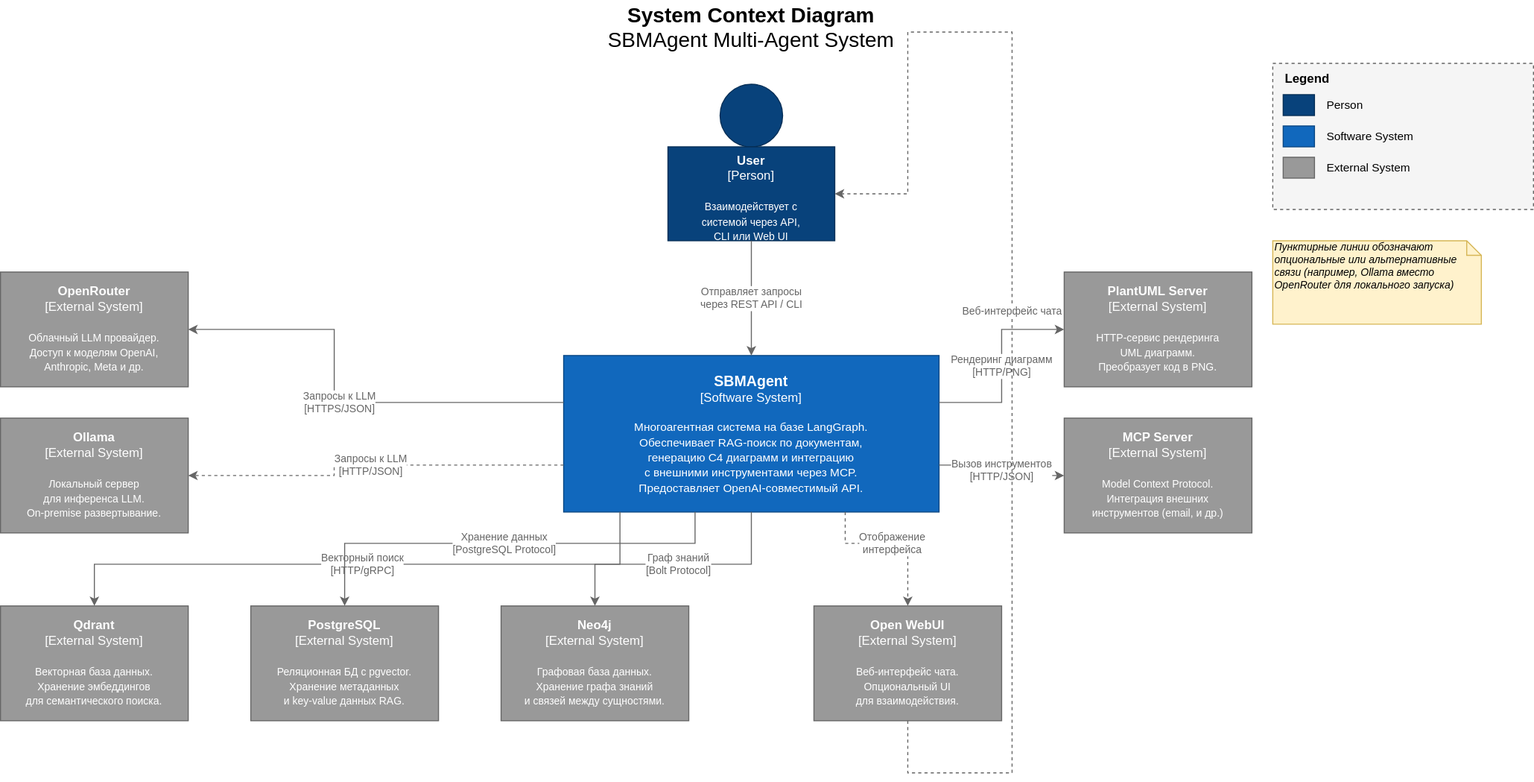
This is C4ProjectContextDiagram.drawio.svg from pavel-collab/Agentic-system-images, a draw.io export, as it was before one commit. Source tidied: cells renumbered, new cells last; positions are measured from the earlier drawing's top-left corner, leaving out a move shared by most shapes.
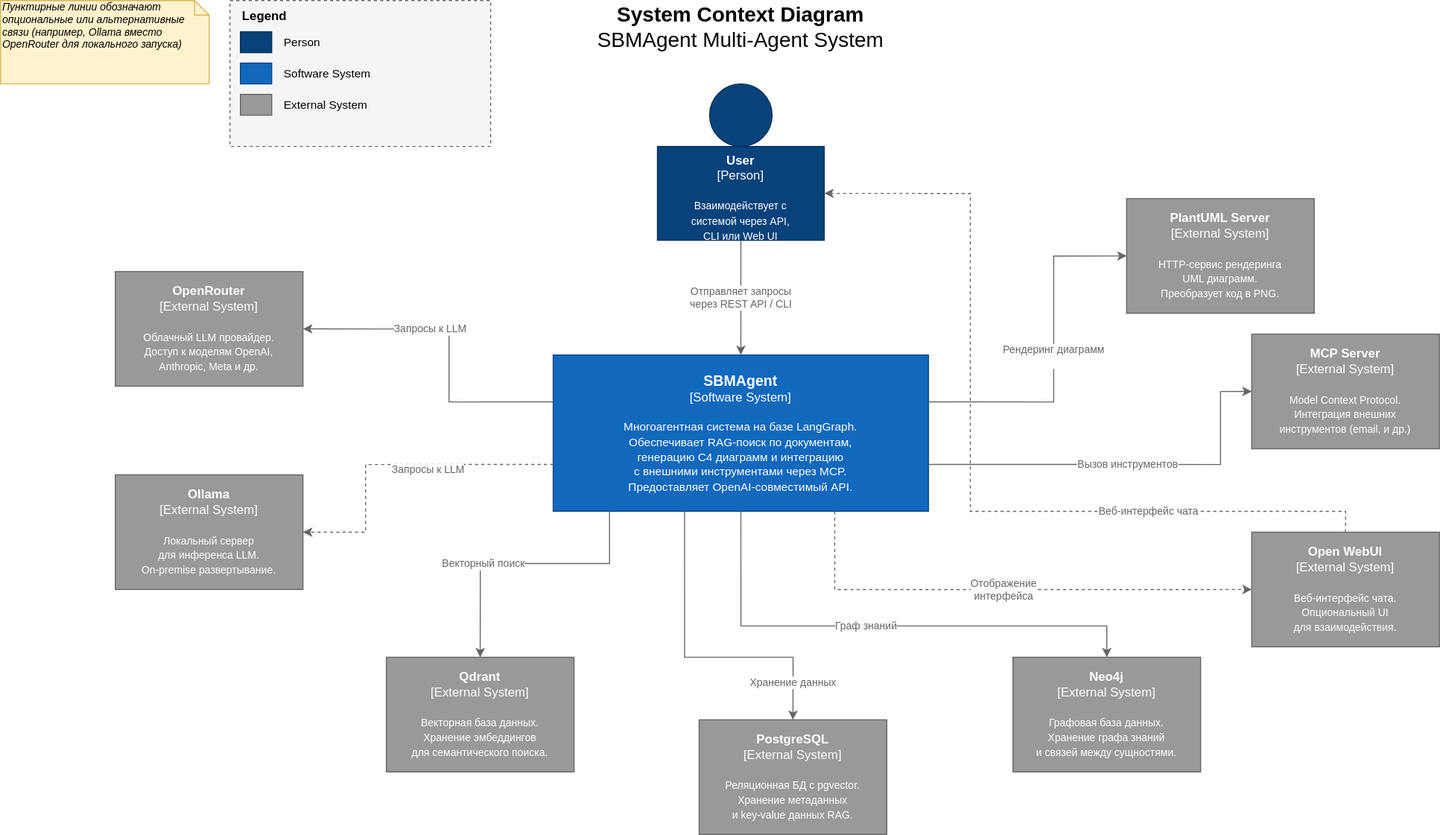
The same diagram one commit later.

The edit, as a diff of the source:
```diff
@@ -6,28 +6,28 @@
       <mxGeometry x="470" width="500" height="50" as="geometry" />
     </mxCell>
     <mxCell id="3" style="rounded=0;whiteSpace=wrap;html=1;strokeColor=#666666;fillColor=#f5f5f5;dashed=1;" parent="1" vertex="1">
-      <mxGeometry x="1220" y="60" width="250" height="140" as="geometry" />
+      <mxGeometry x="230" width="250" height="140" as="geometry" />
     </mxCell>
     <mxCell id="4" value="&lt;b&gt;Legend&lt;/b&gt;" style="text;html=1;strokeColor=none;fillColor=none;align=left;verticalAlign=middle;fontSize=12;" parent="1" vertex="1">
-      <mxGeometry x="1230" y="65" width="100" height="20" as="geometry" />
+      <mxGeometry x="240" y="5" width="100" height="20" as="geometry" />
     </mxCell>
     <mxCell id="5" style="rounded=0;whiteSpace=wrap;html=1;fillColor=#08427B;strokeColor=#052E56;fontColor=#ffffff;" parent="1" vertex="1">
-      <mxGeometry x="1230" y="90" width="30" height="20" as="geometry" />
+      <mxGeometry x="240" y="30" width="30" height="20" as="geometry" />
     </mxCell>
     <mxCell id="6" value="Person" style="text;html=1;strokeColor=none;fillColor=none;align=left;verticalAlign=middle;fontSize=11;" parent="1" vertex="1">
-      <mxGeometry x="1270" y="90" width="80" height="20" as="geometry" />
+      <mxGeometry x="280" y="30" width="80" height="20" as="geometry" />
     </mxCell>
     <mxCell id="7" style="rounded=0;whiteSpace=wrap;html=1;fillColor=#1168BD;strokeColor=#0B4884;fontColor=#ffffff;" parent="1" vertex="1">
-      <mxGeometry x="1230" y="120" width="30" height="20" as="geometry" />
+      <mxGeometry x="240" y="60" width="30" height="20" as="geometry" />
     </mxCell>
     <mxCell id="8" value="Software System" style="text;html=1;strokeColor=none;fillColor=none;align=left;verticalAlign=middle;fontSize=11;" parent="1" vertex="1">
-      <mxGeometry x="1270" y="120" width="120" height="20" as="geometry" />
+      <mxGeometry x="280" y="60" width="120" height="20" as="geometry" />
     </mxCell>
     <mxCell id="9" style="rounded=0;whiteSpace=wrap;html=1;fillColor=#999999;strokeColor=#666666;fontColor=#ffffff;" parent="1" vertex="1">
-      <mxGeometry x="1230" y="150" width="30" height="20" as="geometry" />
+      <mxGeometry x="240" y="90" width="30" height="20" as="geometry" />
     </mxCell>
     <mxCell id="10" value="External System" style="text;html=1;strokeColor=none;fillColor=none;align=left;verticalAlign=middle;fontSize=11;" parent="1" vertex="1">
-      <mxGeometry x="1270" y="150" width="120" height="20" as="geometry" />
+      <mxGeometry x="280" y="90" width="120" height="20" as="geometry" />
     </mxCell>
     <mxCell id="11" style="shape=ellipse;whiteSpace=wrap;html=1;fillColor=#08427B;strokeColor=#052E56;" parent="1" vertex="1">
       <mxGeometry x="690" y="80" width="60" height="60" as="geometry" />
@@ -39,109 +39,107 @@
       <mxGeometry x="540" y="340" width="360" height="150" as="geometry" />
     </mxCell>
     <mxCell id="14" value="&lt;b&gt;OpenRouter&lt;/b&gt;&lt;br&gt;[External System]&lt;br&gt;&lt;br&gt;&lt;font style=&quot;font-size:10px&quot;&gt;Облачный LLM провайдер.&lt;br&gt;Доступ к моделям OpenAI,&lt;br&gt;Anthropic, Meta и др.&lt;/font&gt;" style="rounded=0;whiteSpace=wrap;html=1;fillColor=#999999;strokeColor=#666666;fontColor=#ffffff;verticalAlign=middle;align=center;" parent="1" vertex="1">
-      <mxGeometry y="260" width="180" height="110" as="geometry" />
+      <mxGeometry x="120" y="260" width="180" height="110" as="geometry" />
     </mxCell>
     <mxCell id="15" value="&lt;b&gt;Ollama&lt;/b&gt;&lt;br&gt;[External System]&lt;br&gt;&lt;br&gt;&lt;font style=&quot;font-size:10px&quot;&gt;Локальный сервер&lt;br&gt;для инференса LLM.&lt;br&gt;On-premise развертывание.&lt;/font&gt;" style="rounded=0;whiteSpace=wrap;html=1;fillColor=#999999;strokeColor=#666666;fontColor=#ffffff;verticalAlign=middle;align=center;" parent="1" vertex="1">
-      <mxGeometry y="400" width="180" height="110" as="geometry" />
+      <mxGeometry x="120" y="455" width="180" height="110" as="geometry" />
     </mxCell>
     <mxCell id="16" value="&lt;b&gt;Qdrant&lt;/b&gt;&lt;br&gt;[External System]&lt;br&gt;&lt;br&gt;&lt;font style=&quot;font-size:10px&quot;&gt;Векторная база данных.&lt;br&gt;Хранение эмбеддингов&lt;br&gt;для семантического поиска.&lt;/font&gt;" style="rounded=0;whiteSpace=wrap;html=1;fillColor=#999999;strokeColor=#666666;fontColor=#ffffff;verticalAlign=middle;align=center;" parent="1" vertex="1">
-      <mxGeometry y="580" width="180" height="110" as="geometry" />
+      <mxGeometry x="380" y="630" width="180" height="110" as="geometry" />
     </mxCell>
     <mxCell id="17" value="&lt;b&gt;PostgreSQL&lt;/b&gt;&lt;br&gt;[External System]&lt;br&gt;&lt;br&gt;&lt;font style=&quot;font-size:10px&quot;&gt;Реляционная БД с pgvector.&lt;br&gt;Хранение метаданных&lt;br&gt;и key-value данных RAG.&lt;/font&gt;" style="rounded=0;whiteSpace=wrap;html=1;fillColor=#999999;strokeColor=#666666;fontColor=#ffffff;verticalAlign=middle;align=center;" parent="1" vertex="1">
-      <mxGeometry x="240" y="580" width="180" height="110" as="geometry" />
+      <mxGeometry x="680" y="690" width="180" height="110" as="geometry" />
     </mxCell>
     <mxCell id="18" value="&lt;b&gt;Neo4j&lt;/b&gt;&lt;br&gt;[External System]&lt;br&gt;&lt;br&gt;&lt;font style=&quot;font-size:10px&quot;&gt;Графовая база данных.&lt;br&gt;Хранение графа знаний&lt;br&gt;и связей между сущностями.&lt;/font&gt;" style="rounded=0;whiteSpace=wrap;html=1;fillColor=#999999;strokeColor=#666666;fontColor=#ffffff;verticalAlign=middle;align=center;" parent="1" vertex="1">
-      <mxGeometry x="480" y="580" width="180" height="110" as="geometry" />
+      <mxGeometry x="981" y="630" width="180" height="110" as="geometry" />
     </mxCell>
     <mxCell id="19" value="&lt;b&gt;PlantUML Server&lt;/b&gt;&lt;br&gt;[External System]&lt;br&gt;&lt;br&gt;&lt;font style=&quot;font-size:10px&quot;&gt;HTTP-сервис рендеринга&lt;br&gt;UML диаграмм.&lt;br&gt;Преобразует код в PNG.&lt;/font&gt;" style="rounded=0;whiteSpace=wrap;html=1;fillColor=#999999;strokeColor=#666666;fontColor=#ffffff;verticalAlign=middle;align=center;" parent="1" vertex="1">
-      <mxGeometry x="1020" y="260" width="180" height="110" as="geometry" />
+      <mxGeometry x="1090" y="190" width="180" height="110" as="geometry" />
     </mxCell>
     <mxCell id="20" value="&lt;b&gt;MCP Server&lt;/b&gt;&lt;br&gt;[External System]&lt;br&gt;&lt;br&gt;&lt;font style=&quot;font-size:10px&quot;&gt;Model Context Protocol.&lt;br&gt;Интеграция внешних&lt;br&gt;инструментов (email, и др.)&lt;/font&gt;" style="rounded=0;whiteSpace=wrap;html=1;fillColor=#999999;strokeColor=#666666;fontColor=#ffffff;verticalAlign=middle;align=center;" parent="1" vertex="1">
-      <mxGeometry x="1020" y="400" width="180" height="110" as="geometry" />
+      <mxGeometry x="1210" y="320" width="180" height="110" as="geometry" />
     </mxCell>
     <mxCell id="21" value="&lt;b&gt;Open WebUI&lt;/b&gt;&lt;br&gt;[External System]&lt;br&gt;&lt;br&gt;&lt;font style=&quot;font-size:10px&quot;&gt;Веб-интерфейс чата.&lt;br&gt;Опциональный UI&lt;br&gt;для взаимодействия.&lt;/font&gt;" style="rounded=0;whiteSpace=wrap;html=1;fillColor=#999999;strokeColor=#666666;fontColor=#ffffff;verticalAlign=middle;align=center;" parent="1" vertex="1">
-      <mxGeometry x="780" y="580" width="180" height="110" as="geometry" />
+      <mxGeometry x="1210" y="510" width="180" height="110" as="geometry" />
     </mxCell>
     <mxCell id="22" value="Отправляет запросы&lt;br&gt;через REST API / CLI" style="edgeStyle=orthogonalEdgeStyle;rounded=0;jettySize=auto;html=1;strokeColor=#666666;fontColor=#666666;fontSize=10;exitX=0.5;exitY=1;entryX=0.5;entryY=0;" parent="1" edge="1" source="12" target="13">
       <mxGeometry relative="1" as="geometry" />
     </mxCell>
-    <mxCell id="23" value="Запросы к LLM&lt;br&gt;[HTTPS/JSON]" style="edgeStyle=orthogonalEdgeStyle;rounded=0;jettySize=auto;html=1;strokeColor=#666666;fontColor=#666666;fontSize=10;exitX=0;exitY=0.3;entryX=1;entryY=0.5;" parent="1" edge="1" source="13" target="14">
-      <mxGeometry relative="1" as="geometry">
+    <mxCell id="23" value="Запросы к LLM" style="edgeStyle=orthogonalEdgeStyle;rounded=0;jettySize=auto;html=1;strokeColor=#666666;fontColor=#666666;fontSize=10;exitX=0;exitY=0.3;entryX=1;entryY=0.5;" parent="1" edge="1" source="13" target="14">
+      <mxGeometry x="0.21" relative="1" as="geometry">
         <Array as="points">
-          <mxPoint x="320" y="385" />
-          <mxPoint x="320" y="315" />
+          <mxPoint x="440" y="385" />
+          <mxPoint x="440" y="315" />
         </Array>
       </mxGeometry>
     </mxCell>
-    <mxCell id="24" value="Запросы к LLM&lt;br&gt;[HTTP/JSON]" style="edgeStyle=orthogonalEdgeStyle;rounded=0;jettySize=auto;html=1;strokeColor=#666666;fontColor=#666666;fontSize=10;exitX=0;exitY=0.7;entryX=1;entryY=0.5;dashed=1;" parent="1" edge="1" source="13" target="15">
-      <mxGeometry relative="1" as="geometry">
+    <mxCell id="24" value="Запросы к LLM" style="edgeStyle=orthogonalEdgeStyle;rounded=0;jettySize=auto;html=1;strokeColor=#666666;fontColor=#666666;fontSize=10;exitX=0;exitY=0.7;entryX=1;entryY=0.5;dashed=1;" parent="1" edge="1" source="13" target="15">
+      <mxGeometry x="-0.21" y="5" relative="1" as="geometry">
         <Array as="points">
-          <mxPoint x="320" y="445" />
-          <mxPoint x="320" y="455" />
+          <mxPoint x="360" y="445" />
+          <mxPoint x="360" y="510" />
         </Array>
       </mxGeometry>
     </mxCell>
-    <mxCell id="25" value="Векторный поиск&lt;br&gt;[HTTP/gRPC]" style="edgeStyle=orthogonalEdgeStyle;rounded=0;jettySize=auto;html=1;strokeColor=#666666;fontColor=#666666;fontSize=10;exitX=0.15;exitY=1;entryX=0.5;entryY=0;" parent="1" edge="1" source="13" target="16">
-      <mxGeometry relative="1" as="geometry">
+    <mxCell id="25" value="Векторный поиск" style="edgeStyle=orthogonalEdgeStyle;rounded=0;jettySize=auto;html=1;strokeColor=#666666;fontColor=#666666;fontSize=10;exitX=0.15;exitY=1;entryX=0.5;entryY=0;" parent="1" edge="1" source="13" target="16">
+      <mxGeometry x="0.29" relative="1" as="geometry">
         <Array as="points">
           <mxPoint x="594" y="540" />
-          <mxPoint x="90" y="540" />
+          <mxPoint x="470" y="540" />
         </Array>
       </mxGeometry>
     </mxCell>
-    <mxCell id="26" value="Хранение данных&lt;br&gt;[PostgreSQL Protocol]" style="edgeStyle=orthogonalEdgeStyle;rounded=0;jettySize=auto;html=1;strokeColor=#666666;fontColor=#666666;fontSize=10;exitX=0.35;exitY=1;entryX=0.5;entryY=0;" parent="1" edge="1" source="13" target="17">
-      <mxGeometry relative="1" as="geometry">
+    <mxCell id="26" value="Хранение данных" style="edgeStyle=orthogonalEdgeStyle;rounded=0;jettySize=auto;html=1;strokeColor=#666666;fontColor=#666666;fontSize=10;exitX=0.35;exitY=1;entryX=0.5;entryY=0;" parent="1" edge="1" source="13" target="17">
+      <mxGeometry x="0.76" relative="1" as="geometry">
         <Array as="points">
-          <mxPoint x="666" y="520" />
-          <mxPoint x="330" y="520" />
+          <mxPoint x="666" y="630" />
+          <mxPoint x="770" y="630" />
         </Array>
       </mxGeometry>
     </mxCell>
-    <mxCell id="27" value="Граф знаний&lt;br&gt;[Bolt Protocol]" style="edgeStyle=orthogonalEdgeStyle;rounded=0;jettySize=auto;html=1;strokeColor=#666666;fontColor=#666666;fontSize=10;exitX=0.5;exitY=1;entryX=0.5;entryY=0;" parent="1" edge="1" source="13" target="18">
-      <mxGeometry relative="1" as="geometry">
+    <mxCell id="27" value="Граф знаний" style="edgeStyle=orthogonalEdgeStyle;rounded=0;jettySize=auto;html=1;strokeColor=#666666;fontColor=#666666;fontSize=10;exitX=0.5;exitY=1;entryX=0.5;entryY=0;" parent="1" edge="1" source="13" target="18">
+      <mxGeometry x="-0.06" relative="1" as="geometry">
         <Array as="points">
-          <mxPoint x="720" y="540" />
-          <mxPoint x="570" y="540" />
+          <mxPoint x="720" y="600" />
+          <mxPoint x="1071" y="600" />
         </Array>
+        <mxPoint x="1" as="offset" />
       </mxGeometry>
     </mxCell>
-    <mxCell id="28" value="Рендеринг диаграмм&lt;br&gt;[HTTP/PNG]" style="edgeStyle=orthogonalEdgeStyle;rounded=0;jettySize=auto;html=1;strokeColor=#666666;fontColor=#666666;fontSize=10;exitX=1;exitY=0.3;entryX=0;entryY=0.5;" parent="1" edge="1" source="13" target="19">
+    <mxCell id="28" value="Рендеринг диаграмм&lt;br&gt;&lt;div&gt;&lt;br&gt;&lt;/div&gt;" style="edgeStyle=orthogonalEdgeStyle;rounded=0;jettySize=auto;html=1;strokeColor=#666666;fontColor=#666666;fontSize=10;exitX=1;exitY=0.3;entryX=0;entryY=0.5;" parent="1" edge="1" source="13" target="19">
       <mxGeometry relative="1" as="geometry">
         <Array as="points">
-          <mxPoint x="960" y="385" />
-          <mxPoint x="960" y="315" />
+          <mxPoint x="1020" y="385" />
+          <mxPoint x="1020" y="245" />
         </Array>
       </mxGeometry>
     </mxCell>
-    <mxCell id="29" value="Вызов инструментов&lt;br&gt;[HTTP/JSON]" style="edgeStyle=orthogonalEdgeStyle;rounded=0;jettySize=auto;html=1;strokeColor=#666666;fontColor=#666666;fontSize=10;exitX=1;exitY=0.7;entryX=0;entryY=0.5;" parent="1" edge="1" source="13" target="20">
+    <mxCell id="29" value="Вызов инструментов" style="edgeStyle=orthogonalEdgeStyle;rounded=0;jettySize=auto;html=1;strokeColor=#666666;fontColor=#666666;fontSize=10;exitX=1;exitY=0.7;entryX=0;entryY=0.5;entryDx=0;entryDy=0;" parent="1" edge="1" source="13" target="20">
       <mxGeometry relative="1" as="geometry">
         <Array as="points">
-          <mxPoint x="960" y="445" />
-          <mxPoint x="960" y="455" />
+          <mxPoint x="1180" y="445" />
+          <mxPoint x="1180" y="375" />
         </Array>
       </mxGeometry>
     </mxCell>
-    <mxCell id="30" value="Отображение&lt;br&gt;интерфейса" style="edgeStyle=orthogonalEdgeStyle;rounded=0;jettySize=auto;html=1;strokeColor=#666666;fontColor=#666666;fontSize=10;exitX=0.75;exitY=1;entryX=0.5;entryY=0;dashed=1;" parent="1" edge="1" source="13" target="21">
+    <mxCell id="30" value="Отображение&lt;br&gt;интерфейса" style="edgeStyle=orthogonalEdgeStyle;rounded=0;jettySize=auto;html=1;strokeColor=#666666;fontColor=#666666;fontSize=10;exitX=0.75;exitY=1;entryX=0;entryY=0.5;dashed=1;entryDx=0;entryDy=0;" parent="1" edge="1" source="13" target="21">
       <mxGeometry relative="1" as="geometry">
         <Array as="points">
-          <mxPoint x="810" y="520" />
-          <mxPoint x="870" y="520" />
+          <mxPoint x="810" y="565" />
         </Array>
       </mxGeometry>
     </mxCell>
-    <mxCell id="31" value="Веб-интерфейс чата" style="edgeStyle=orthogonalEdgeStyle;rounded=0;jettySize=auto;html=1;strokeColor=#666666;fontColor=#666666;fontSize=10;exitX=0.5;exitY=1;entryX=1;entryY=0.5;dashed=1;" parent="1" edge="1" source="21" target="12">
-      <mxGeometry relative="1" as="geometry">
+    <mxCell id="31" value="Веб-интерфейс чата" style="edgeStyle=orthogonalEdgeStyle;rounded=0;jettySize=auto;html=1;strokeColor=#666666;fontColor=#666666;fontSize=10;exitX=0.5;exitY=0;entryX=1;entryY=0.5;dashed=1;exitDx=0;exitDy=0;" parent="1" edge="1" source="21" target="12">
+      <mxGeometry x="-0.49" relative="1" as="geometry">
         <Array as="points">
-          <mxPoint x="870" y="740" />
-          <mxPoint x="970" y="740" />
-          <mxPoint x="970" y="30" />
-          <mxPoint x="870" y="30" />
-          <mxPoint x="870" y="185" />
+          <mxPoint x="1300" y="490" />
+          <mxPoint x="940" y="490" />
+          <mxPoint x="940" y="185" />
         </Array>
       </mxGeometry>
     </mxCell>
     <mxCell id="32" value="&lt;i&gt;Пунктирные линии обозначают&lt;br&gt;опциональные или альтернативные&lt;br&gt;связи (например, Ollama вместо&lt;br&gt;OpenRouter для локального запуска)&lt;/i&gt;" style="shape=note;whiteSpace=wrap;html=1;size=14;verticalAlign=top;align=left;spacingTop=-6;fontSize=10;fillColor=#FFF2CC;strokeColor=#D6B656;" parent="1" vertex="1">
-      <mxGeometry x="1220" y="230" width="200" height="80" as="geometry" />
+      <mxGeometry x="10" width="200" height="80" as="geometry" />
     </mxCell>
   </root>
 </mxGraphModel>
```
